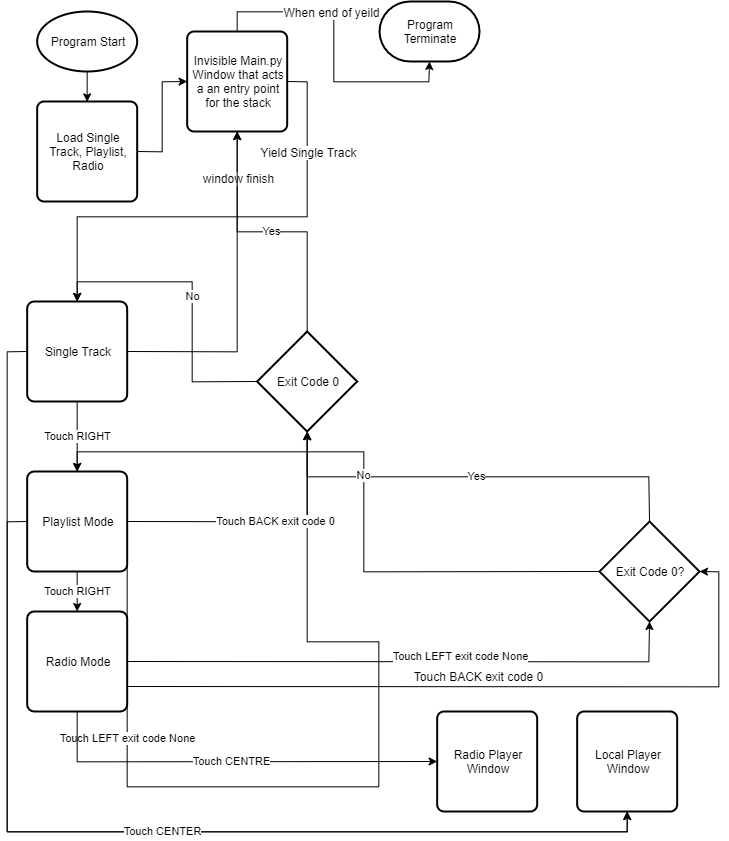
TROFER/TRasPI keeps this draw.io diagram as programs/Music Player 2 Electric Boogaloo/Flowchart.png. Above is the earlier version. Source tidied: cells renumbered, new cells last; positions are measured from the earlier drawing's top-left corner, leaving out a move shared by most shapes.
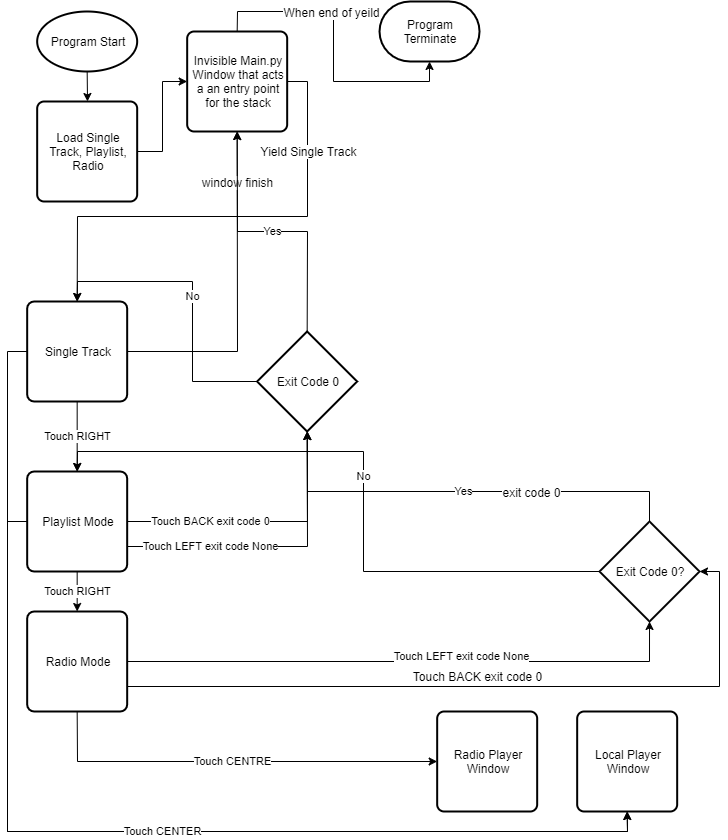
Later version of the same file.

The edit, as a diff of the source:
```diff
@@ -19,7 +19,7 @@
     </mxCell>
     <mxCell id="7" value="window finish" style="text;html=1;align=center;verticalAlign=middle;labelBackgroundColor=#ffffff;" parent="6" vertex="1">
       <mxGeometry x="0.49" relative="1" as="geometry">
-        <mxPoint y="-37.1" as="offset" />
+        <mxPoint x="-0.1" y="-34.3" as="offset" />
       </mxGeometry>
     </mxCell>
     <mxCell id="8" value="Single Track" style="rounded=1;whiteSpace=wrap;html=1;absoluteArcSize=1;arcSize=14;strokeWidth=2;" parent="1" vertex="1">
@@ -28,20 +28,15 @@
     <mxCell id="9" value="Touch RIGHT" style="edgeStyle=orthogonalEdgeStyle;rounded=0;jettySize=auto;html=1;exitX=0.5;exitY=1;exitDx=0;exitDy=0;entryX=0.5;entryY=0;entryDx=0;entryDy=0;" parent="1" edge="1" source="13" target="18">
       <mxGeometry relative="1" as="geometry" />
     </mxCell>
-    <mxCell id="10" value="Touch LEFT exit code None" style="edgeStyle=orthogonalEdgeStyle;rounded=0;jettySize=auto;html=1;exitX=1;exitY=0.75;exitDx=0;exitDy=0;entryX=0.5;entryY=1;entryDx=0;entryDy=0;entryPerimeter=0;" parent="1" edge="1" source="13" target="24">
-      <mxGeometry x="-0.58" relative="1" as="geometry">
-        <Array as="points">
-          <mxPoint x="352" y="785" />
-          <mxPoint x="352" y="640" />
-        </Array>
-      </mxGeometry>
-    </mxCell>
     <mxCell id="11" value="Touch BACK exit code 0" style="edgeStyle=orthogonalEdgeStyle;rounded=0;jettySize=auto;html=1;exitX=1;exitY=0.5;exitDx=0;exitDy=0;entryX=0.5;entryY=1;entryDx=0;entryDy=0;entryPerimeter=0;" parent="1" edge="1" source="13" target="24">
-      <mxGeometry x="0.1" relative="1" as="geometry" />
+      <mxGeometry x="-0.38" relative="1" as="geometry" />
     </mxCell>
     <mxCell id="12" value="Touch CENTER" style="edgeStyle=orthogonalEdgeStyle;rounded=0;jettySize=auto;html=1;exitX=0;exitY=0.5;exitDx=0;exitDy=0;entryX=0.5;entryY=1;entryDx=0;entryDy=0;" parent="1" edge="1" source="13" target="27">
       <mxGeometry relative="1" as="geometry" />
     </mxCell>
+    <mxCell id="10" value="Touch LEFT exit code None" style="edgeStyle=orthogonalEdgeStyle;rounded=0;jettySize=auto;html=1;exitX=1;exitY=0.75;exitDx=0;exitDy=0;entryX=0.5;entryY=1;entryDx=0;entryDy=0;entryPerimeter=0;" parent="1" edge="1" source="13" target="24">
+      <mxGeometry x="-0.44" relative="1" as="geometry" />
+    </mxCell>
     <mxCell id="13" value="Playlist Mode" style="rounded=1;whiteSpace=wrap;html=1;absoluteArcSize=1;arcSize=14;strokeWidth=2;" parent="1" vertex="1">
       <mxGeometry x="-0.3" y="470" width="100" height="100" as="geometry" />
     </mxCell>
@@ -65,8 +60,18 @@
       <mxGeometry x="-0.3" y="610" width="100" height="100" as="geometry" />
     </mxCell>
     <mxCell id="19" value="Yes" style="edgeStyle=orthogonalEdgeStyle;rounded=0;jettySize=auto;html=1;exitX=0.5;exitY=0;exitDx=0;exitDy=0;exitPerimeter=0;entryX=0.5;entryY=1;entryDx=0;entryDy=0;entryPerimeter=0;" parent="1" edge="1" source="21" target="24">
-      <mxGeometry relative="1" as="geometry" />
+      <mxGeometry relative="1" as="geometry">
+        <Array as="points">
+          <mxPoint x="622" y="490" />
+          <mxPoint x="280" y="490" />
+        </Array>
+      </mxGeometry>
     </mxCell>
+    <mxCell id="35" value="exit code 0" style="text;html=1;align=center;verticalAlign=middle;labelBackgroundColor=#ffffff;" parent="19" vertex="1">
+      <mxGeometry x="-0.22" relative="1" as="geometry">
+        <mxPoint x="19" as="offset" />
+      </mxGeometry>
+    </mxCell>
     <mxCell id="20" value="No" style="edgeStyle=orthogonalEdgeStyle;rounded=0;jettySize=auto;html=1;exitX=0;exitY=0.5;exitDx=0;exitDy=0;exitPerimeter=0;entryX=0.5;entryY=0;entryDx=0;entryDy=0;" parent="1" edge="1" source="21" target="13">
       <mxGeometry relative="1" as="geometry" />
     </mxCell>
```
